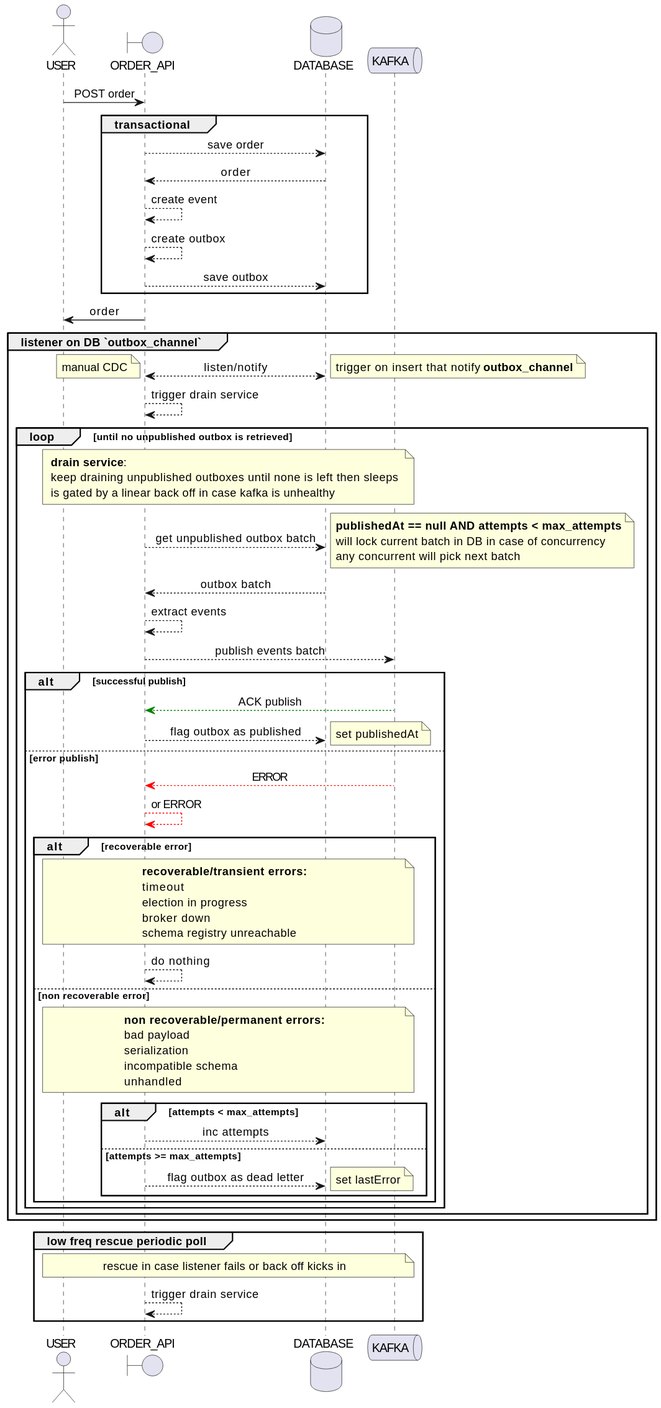
Before: docs/order_api_seq.svg, a diagram exported from PlantUML (7mza/kafka-demo).
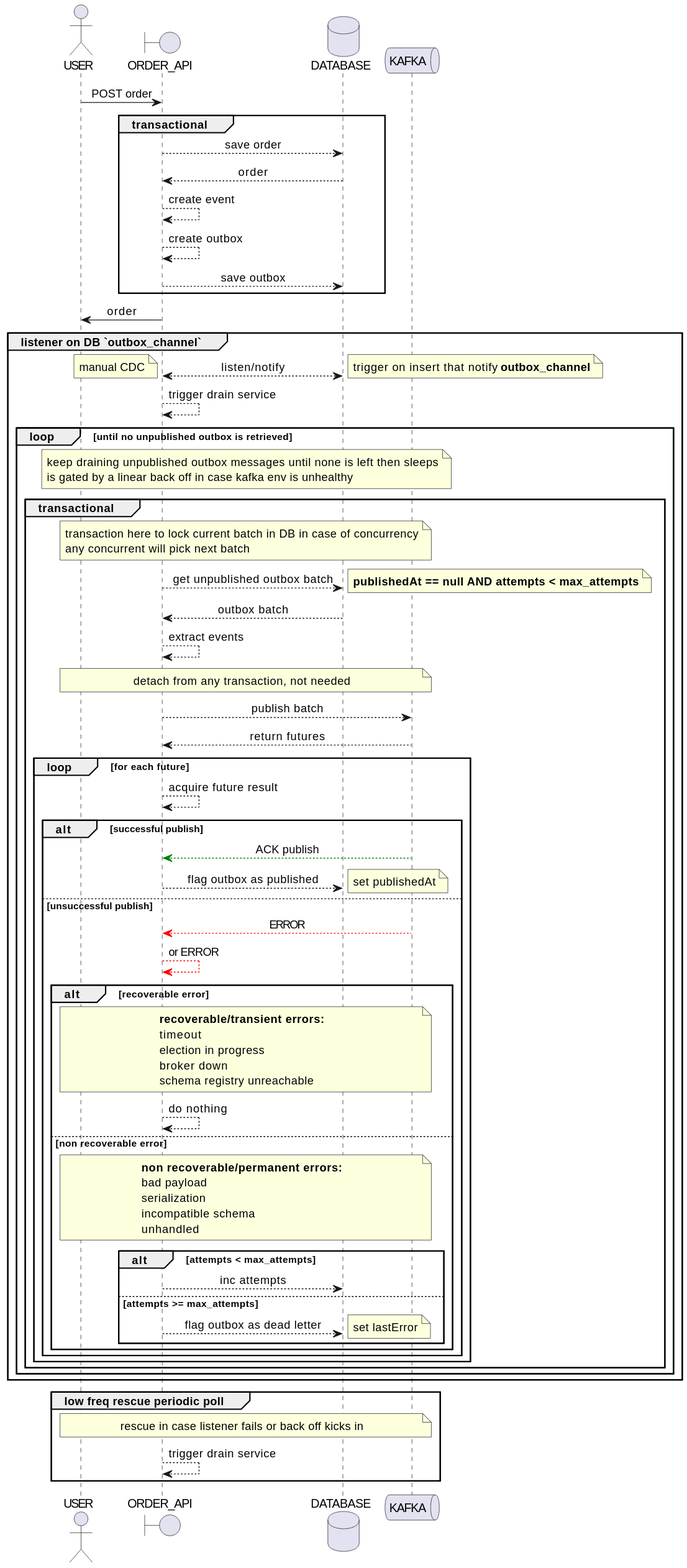
Later version of the same file.

The edit, as a diff of the source:
```diff
@@ -22,41 +22,49 @@
     note right: trigger on insert that notify **outbox_channel**
     API --> API: trigger drain service
     loop until no unpublished outbox is retrieved
-        note across: **drain service**:\nkeep draining unpublished outboxes until none is left then sleeps\nis gated by a linear back off in case kafka is unhealthy
-        API --> DB : get unpublished outbox batch
-        note right: **publishedAt == null AND attempts < max_attempts**\nwill lock current batch in DB in case of concurrency\nany concurrent will pick next batch
-        DB --> API : outbox batch
-        API --> API : extract events
-        API --> K : publish events batch
-        alt successful publish
-            K -[#green]-> API : ACK publish
-            API --> DB : flag outbox as published
-            note right: set publishedAt
-        else error publish
-            K -[#red]-> API : ERROR
-            API -[#red]-> API : or ERROR
-            alt recoverable error
-                note across
-                    **recoverable/transient errors:**
-                    timeout
-                    election in progress
-                    broker down
-                    schema registry unreachable
-                end note
-                API --> API : do nothing
-            else non recoverable error
-                note across
-                    **non recoverable/permanent errors:**
-                    bad payload
-                    serialization
-                    incompatible schema
-                    unhandled
-                end note
-                alt attempts < max_attempts
-                    API --> DB : inc attempts
-                else attempts >= max_attempts
-                    API --> DB : flag outbox as dead letter
-                    note right: set lastError
+        note across: keep draining unpublished outbox messages until none is left then sleeps\nis gated by a linear back off in case kafka env is unhealthy
+        group transactional
+            note across: transaction here to lock current batch in DB in case of concurrency\nany concurrent will pick next batch
+            API --> DB : get unpublished outbox batch
+            note right: **publishedAt == null AND attempts < max_attempts**
+            DB --> API : outbox batch
+            API --> API : extract events
+            note across: detach from any transaction, not needed
+            API --> K : publish batch
+            K --> API: return futures
+            loop for each future
+                API --> API : acquire future result
+                alt successful publish
+                    K -[#green]-> API : ACK publish
+                    API --> DB : flag outbox as published
+                    note right: set publishedAt
+                else unsuccessful publish
+                    K -[#red]-> API : ERROR
+                    API -[#red]-> API : or ERROR
+                    alt recoverable error
+                        note across
+                            **recoverable/transient errors:**
+                            timeout
+                            election in progress
+                            broker down
+                            schema registry unreachable
+                        end note
+                        API --> API : do nothing
+                    else non recoverable error
+                        note across
+                            **non recoverable/permanent errors:**
+                            bad payload
+                            serialization
+                            incompatible schema
+                            unhandled
+                        end note
+                        alt attempts < max_attempts
+                            API --> DB : inc attempts
+                        else attempts >= max_attempts
+                            API --> DB : flag outbox as dead letter
+                            note right: set lastError
+                        end
+                    end
                 end
             end
         end
```
